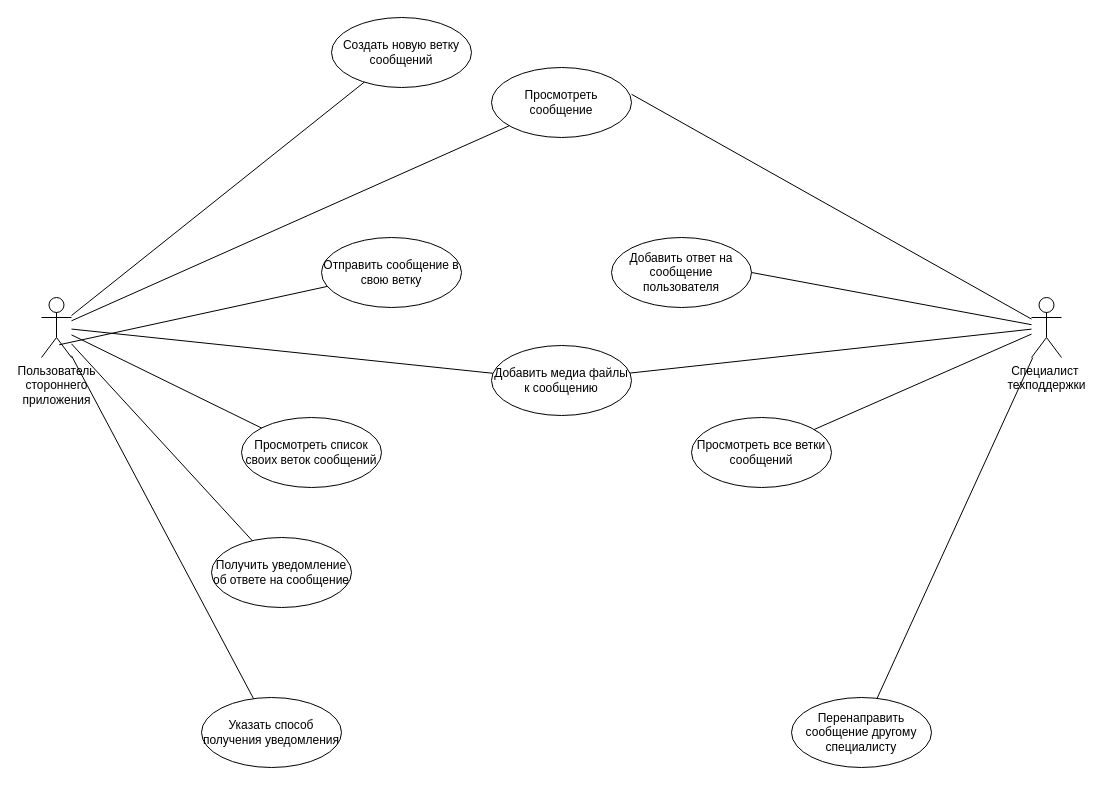
Earlier version of the draw.io diagram page "UseCase" (1 of 3) of FeedBackFlow.drawio (aaf1974/ProjectDiagram). Source tidied: cells renumbered, new cells numbered last; positions are measured from the earlier drawing's top-left corner, leaving out a move shared by most shapes. Both pictures are drawn from the tidied source at 100%, with x=0, y=0 at pixel (41, 17).
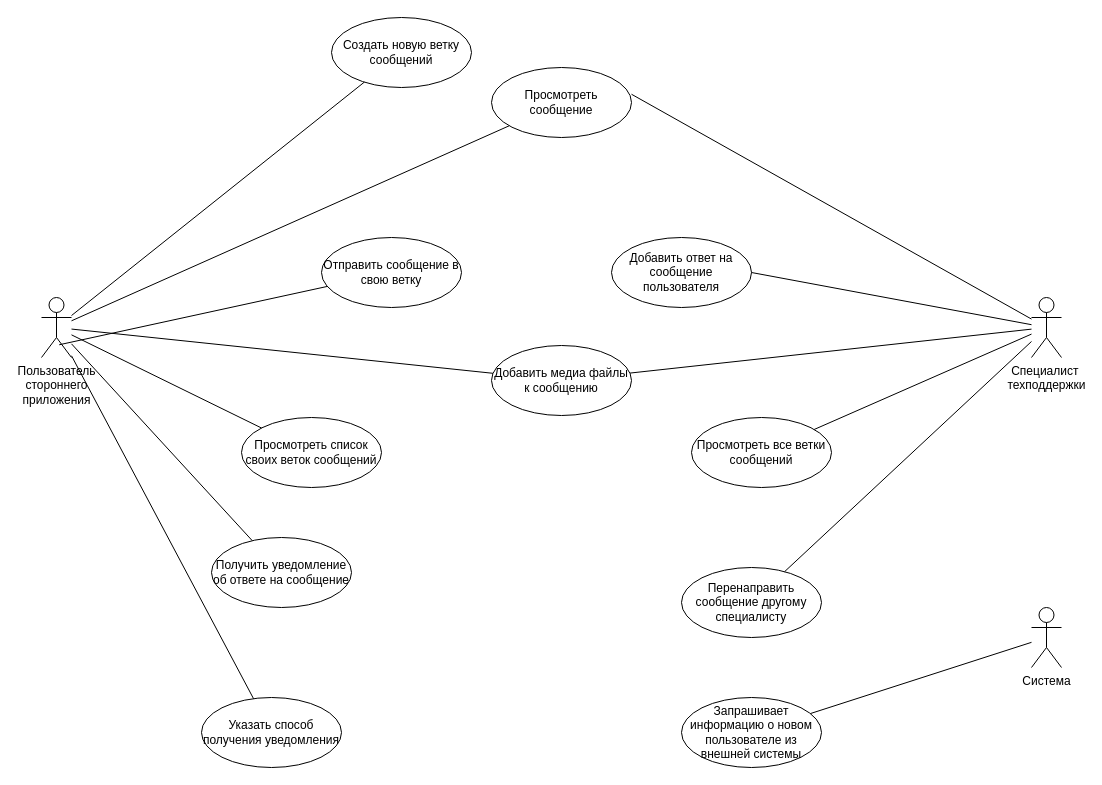
Above is the later version.

Diff of the diagram source:
```diff
@@
     <mxCell id="19" value="Перенаправить сообщение другому специалисту" style="ellipse;whiteSpace=wrap;html=1;" parent="1" vertex="1">
-      <mxGeometry x="750" y="680" width="140" height="70" as="geometry" />
+      <mxGeometry x="640" y="550" width="140" height="70" as="geometry" />
     </mxCell>
@@
+    <mxCell id="26" value="Система" style="shape=umlActor;verticalLabelPosition=bottom;verticalAlign=top;html=1;" parent="1" vertex="1">
+      <mxGeometry x="990" y="590" width="30" height="60" as="geometry" />
+    </mxCell>
+    <mxCell id="27" value="Запрашивает информацию о новом пользователе из внешней системы" style="ellipse;whiteSpace=wrap;html=1;" parent="1" vertex="1">
+      <mxGeometry x="640" y="680" width="140" height="70" as="geometry" />
+    </mxCell>
+    <mxCell id="28" style="endArrow=none;html=1;rounded=0;" parent="1" edge="1" source="27" target="26">
+      <mxGeometry relative="1" as="geometry" />
+    </mxCell>
```
